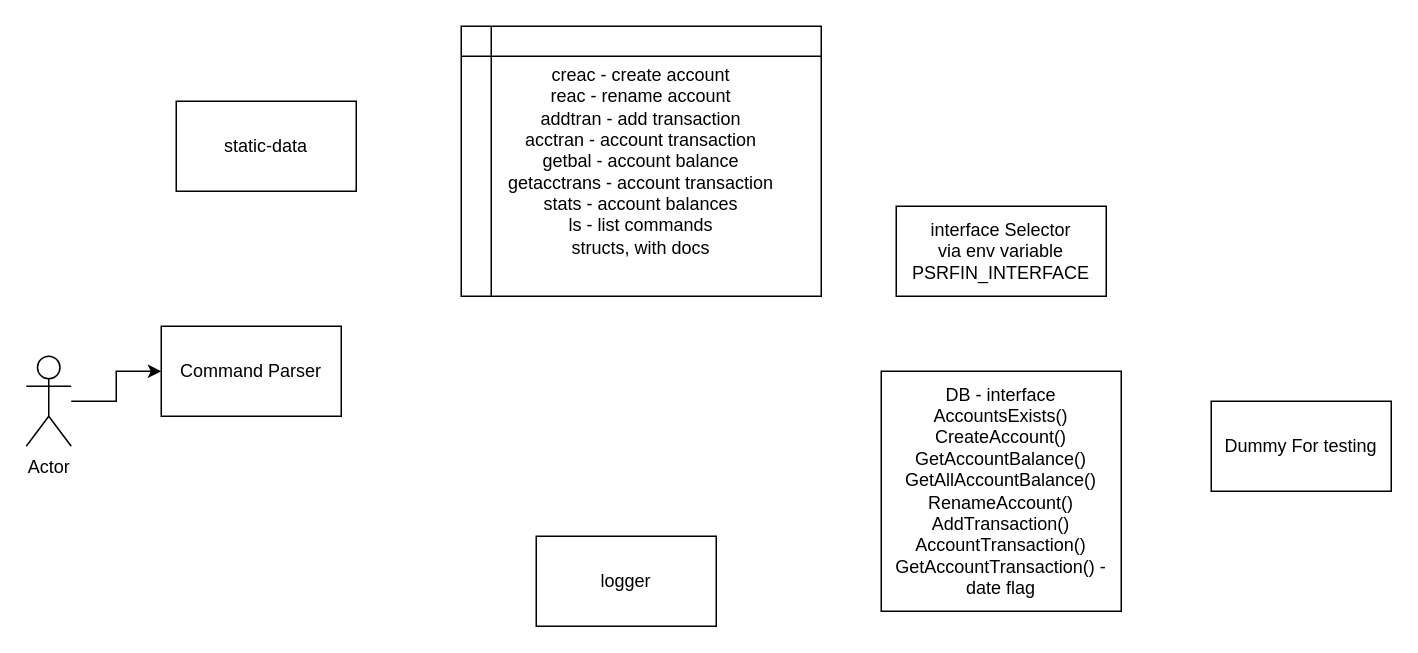
Before: page "Design" (1 of 4) of architecture/personal_finance_utility.drawio in pogo420/persofin, a draw.io diagram. Source tidied: cells renumbered, new cells numbered last; positions are measured from the earlier drawing's top-left corner, leaving out a move shared by most shapes. Both pictures are drawn from the tidied source at 150%, with x=0, y=0 at pixel (26, 26).
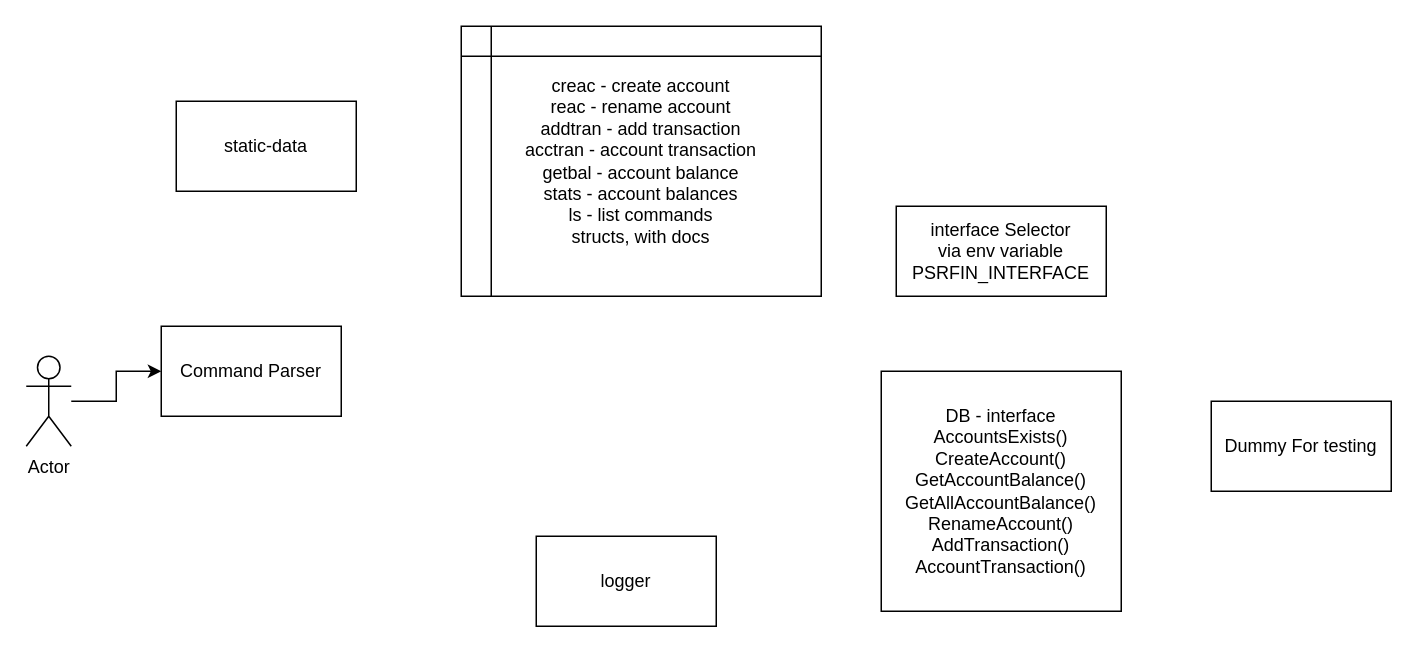
After the change.

Commit message (it also covers changes not shown here):
rename account command init

Diff of the diagram source:
```diff
@@
 <mxGraphModel>
   <root>
     <mxCell id="0" />
     <mxCell id="1" parent="0" />
     <mxCell id="2" value="Command Parser" style="rounded=0;whiteSpace=wrap;html=1;" parent="1" vertex="1">
       <mxGeometry x="90" y="200" width="120" height="60" as="geometry" />
     </mxCell>
-    <mxCell id="3" value="creac - create account&lt;br&gt;reac - rename account&lt;br&gt;addtran - add transaction&lt;br&gt;acctran - account transaction&lt;br&gt;getbal - account balance&lt;br&gt;getacctrans - account transaction&lt;br&gt;stats - account balances&lt;br&gt;ls - list commands&lt;br&gt;structs, with docs" style="shape=internalStorage;whiteSpace=wrap;html=1;backgroundOutline=1;" parent="1" vertex="1">
+    <mxCell id="3" value="creac - create account&lt;br&gt;reac - rename account&lt;br&gt;addtran - add transaction&lt;br&gt;acctran - account transaction&lt;br&gt;getbal - account balance&lt;br&gt;stats - account balances&lt;br&gt;ls - list commands&lt;br&gt;structs, with docs" style="shape=internalStorage;whiteSpace=wrap;html=1;backgroundOutline=1;" parent="1" vertex="1">
       <mxGeometry x="290" width="240" height="180" as="geometry" />
     </mxCell>
     <mxCell id="4" value="static-data" style="rounded=0;whiteSpace=wrap;html=1;" parent="1" vertex="1">
       <mxGeometry x="100" y="50" width="120" height="60" as="geometry" />
     </mxCell>
     <mxCell id="5" style="edgeStyle=orthogonalEdgeStyle;rounded=0;jettySize=auto;html=1;" parent="1" edge="1" source="6" target="2">
       <mxGeometry relative="1" as="geometry" />
     </mxCell>
     <mxCell id="6" value="Actor" style="shape=umlActor;verticalLabelPosition=bottom;verticalAlign=top;html=1;outlineConnect=0;" parent="1" vertex="1">
       <mxGeometry y="220" width="30" height="60" as="geometry" />
     </mxCell>
-    <mxCell id="7" value="DB - interface&lt;br&gt;AccountsExists()&lt;br&gt;CreateAccount()&lt;br&gt;GetAccountBalance()&lt;br&gt;GetAllAccountBalance()&lt;br&gt;RenameAccount()&lt;br&gt;AddTransaction()&lt;br&gt;AccountTransaction()&lt;br&gt;GetAccountTransaction() - date flag" style="whiteSpace=wrap;html=1;" parent="1" vertex="1">
+    <mxCell id="7" value="DB - interface&lt;br&gt;AccountsExists()&lt;br&gt;CreateAccount()&lt;br&gt;GetAccountBalance()&lt;br&gt;GetAllAccountBalance()&lt;br&gt;RenameAccount()&lt;br&gt;AddTransaction()&lt;br&gt;AccountTransaction()&lt;br&gt;" style="whiteSpace=wrap;html=1;" parent="1" vertex="1">
       <mxGeometry x="570" y="230" width="160" height="160" as="geometry" />
     </mxCell>
     <mxCell id="8" value="interface Selector&lt;br&gt;via env variable&lt;br&gt;PSRFIN_INTERFACE" style="rounded=0;whiteSpace=wrap;html=1;" parent="1" vertex="1">
       <mxGeometry x="580" y="120" width="140" height="60" as="geometry" />
     </mxCell>
     <mxCell id="9" value="logger" style="rounded=0;whiteSpace=wrap;html=1;" parent="1" vertex="1">
       <mxGeometry x="340" y="340" width="120" height="60" as="geometry" />
     </mxCell>
     <mxCell id="10" value="Dummy For testing" style="rounded=0;whiteSpace=wrap;html=1;" parent="1" vertex="1">
       <mxGeometry x="790" y="250" width="120" height="60" as="geometry" />
     </mxCell>
   </root>
 </mxGraphModel>
```
